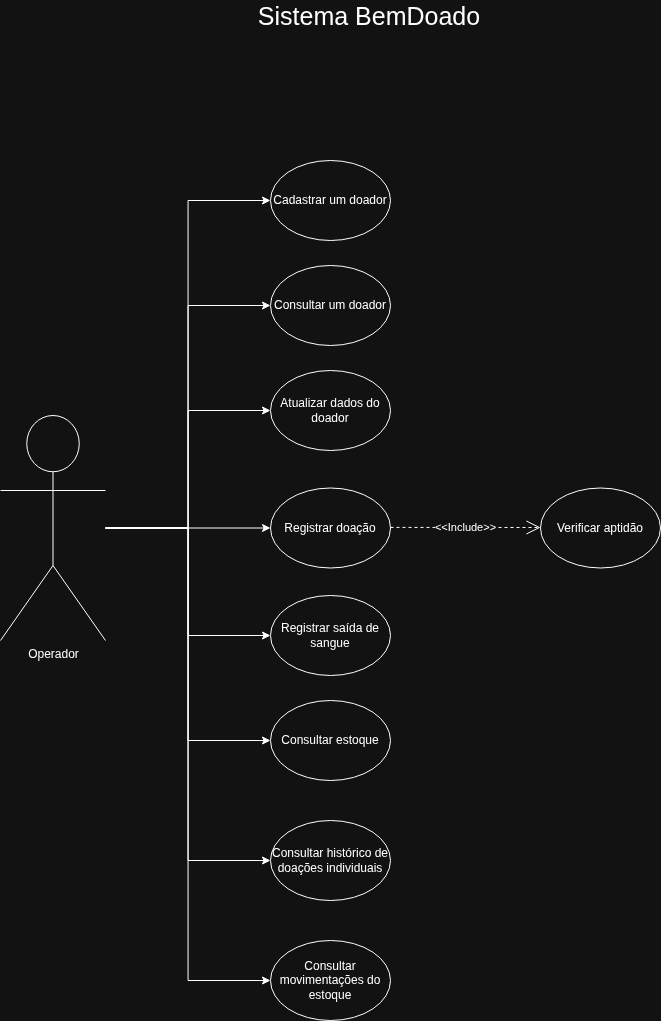
Before: docs/cdu_bemdoado.png, a diagram exported from draw.io (msiqueiras/BemDoado). Source tidied: cells renumbered, new cells last; positions are measured from the earlier drawing's top-left corner, leaving out a move shared by most shapes. Source of this version:
```xml
<mxGraphModel>
  <root>
    <mxCell id="0" />
    <mxCell id="1" parent="0" />
    <mxCell id="2" value="Sistema BemDoado" style="text;html=1;whiteSpace=wrap;strokeColor=none;fillColor=none;align=center;verticalAlign=middle;rounded=0;fontSize=25;" parent="1" vertex="1">
      <mxGeometry x="244" width="250" height="30" as="geometry" />
    </mxCell>
    <mxCell id="3" style="edgeStyle=orthogonalEdgeStyle;rounded=0;jettySize=auto;html=1;entryX=0;entryY=0.5;entryDx=0;entryDy=0;" parent="1" edge="1" source="9" target="10">
      <mxGeometry relative="1" as="geometry" />
    </mxCell>
    <mxCell id="4" style="edgeStyle=orthogonalEdgeStyle;rounded=0;jettySize=auto;html=1;entryX=0;entryY=0.5;entryDx=0;entryDy=0;" parent="1" edge="1" source="9" target="11">
      <mxGeometry relative="1" as="geometry" />
    </mxCell>
    <mxCell id="5" style="edgeStyle=orthogonalEdgeStyle;rounded=0;jettySize=auto;html=1;entryX=0;entryY=0.5;entryDx=0;entryDy=0;" parent="1" edge="1" source="9" target="16">
      <mxGeometry relative="1" as="geometry" />
    </mxCell>
    <mxCell id="6" style="edgeStyle=orthogonalEdgeStyle;rounded=0;jettySize=auto;html=1;entryX=0;entryY=0.5;entryDx=0;entryDy=0;" parent="1" edge="1" source="9" target="17">
      <mxGeometry relative="1" as="geometry" />
    </mxCell>
    <mxCell id="7" style="edgeStyle=orthogonalEdgeStyle;rounded=0;jettySize=auto;html=1;entryX=0;entryY=0.5;entryDx=0;entryDy=0;" parent="1" edge="1" source="9" target="18">
      <mxGeometry relative="1" as="geometry" />
    </mxCell>
    <mxCell id="8" style="edgeStyle=orthogonalEdgeStyle;rounded=0;jettySize=auto;html=1;entryX=0;entryY=0.5;entryDx=0;entryDy=0;" parent="1" edge="1" source="9" target="19">
      <mxGeometry relative="1" as="geometry" />
    </mxCell>
    <mxCell id="9" value="Operador&lt;div&gt;&lt;br&gt;&lt;/div&gt;" style="shape=umlActor;verticalLabelPosition=bottom;verticalAlign=top;html=1;" parent="1" vertex="1">
      <mxGeometry y="415" width="105" height="225" as="geometry" />
    </mxCell>
    <mxCell id="10" value="Cadastrar um doador" style="ellipse;whiteSpace=wrap;html=1;" parent="1" vertex="1">
      <mxGeometry x="270" y="160" width="120" height="80" as="geometry" />
    </mxCell>
    <mxCell id="11" value="Consultar um doador" style="ellipse;whiteSpace=wrap;html=1;" parent="1" vertex="1">
      <mxGeometry x="270" y="265" width="120" height="80" as="geometry" />
    </mxCell>
    <mxCell id="12" value="Atualizar dados do doador" style="ellipse;whiteSpace=wrap;html=1;" parent="1" vertex="1">
      <mxGeometry x="270" y="370" width="120" height="80" as="geometry" />
    </mxCell>
    <mxCell id="13" style="edgeStyle=orthogonalEdgeStyle;rounded=0;jettySize=auto;html=1;entryX=0;entryY=0.5;entryDx=0;entryDy=0;" parent="1" edge="1" source="9" target="12">
      <mxGeometry relative="1" as="geometry" />
    </mxCell>
    <mxCell id="14" value="Registrar doação" style="ellipse;whiteSpace=wrap;html=1;" parent="1" vertex="1">
      <mxGeometry x="270" y="487.5" width="120" height="80" as="geometry" />
    </mxCell>
    <mxCell id="15" style="edgeStyle=orthogonalEdgeStyle;rounded=0;jettySize=auto;html=1;entryX=0;entryY=0.5;entryDx=0;entryDy=0;" parent="1" edge="1" source="9" target="14">
      <mxGeometry relative="1" as="geometry" />
    </mxCell>
    <mxCell id="16" value="Registrar saída de sangue" style="ellipse;whiteSpace=wrap;html=1;" parent="1" vertex="1">
      <mxGeometry x="270" y="595" width="120" height="80" as="geometry" />
    </mxCell>
    <mxCell id="17" value="Consultar estoque" style="ellipse;whiteSpace=wrap;html=1;" parent="1" vertex="1">
      <mxGeometry x="270" y="700" width="120" height="80" as="geometry" />
    </mxCell>
    <mxCell id="18" value="Consultar histórico de doações individuais" style="ellipse;whiteSpace=wrap;html=1;" parent="1" vertex="1">
      <mxGeometry x="270" y="820" width="120" height="80" as="geometry" />
    </mxCell>
    <mxCell id="19" value="Consultar movimentações do estoque" style="ellipse;whiteSpace=wrap;html=1;" parent="1" vertex="1">
      <mxGeometry x="270" y="940" width="120" height="80" as="geometry" />
    </mxCell>
    <mxCell id="20" value="Verificar aptidão" style="ellipse;whiteSpace=wrap;html=1;" parent="1" vertex="1">
      <mxGeometry x="540" y="487.5" width="120" height="80" as="geometry" />
    </mxCell>
    <mxCell id="21" value="&amp;lt;&amp;lt;Include&amp;gt;&amp;gt;" style="endArrow=open;endSize=12;dashed=1;html=1;rounded=0;" parent="1" edge="1">
      <mxGeometry relative="1" as="geometry">
        <mxPoint x="390" y="526.9" as="sourcePoint" />
        <mxPoint x="540" y="527" as="targetPoint" />
      </mxGeometry>
    </mxCell>
  </root>
</mxGraphModel>
```
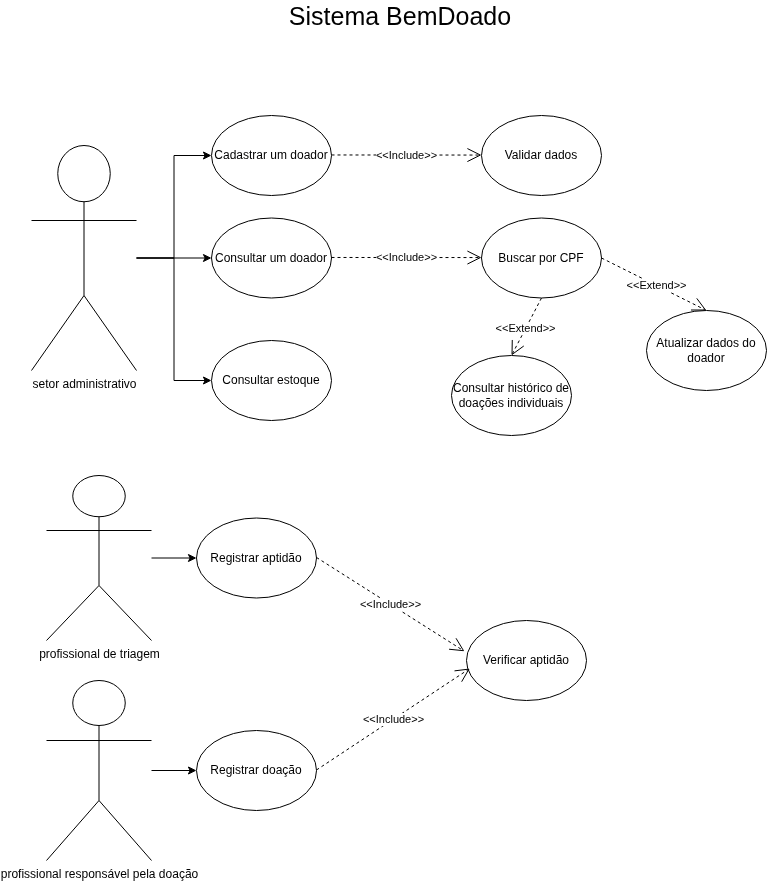
After the commit.

Commit message:
docs: atualizações da documentação oficial e dos diagramas de dcu e de classes

The edit, as a diff of the source:
```diff
@@ -11,59 +11,81 @@
     <mxCell id="4" style="edgeStyle=orthogonalEdgeStyle;rounded=0;jettySize=auto;html=1;entryX=0;entryY=0.5;entryDx=0;entryDy=0;" parent="1" edge="1" source="9" target="11">
       <mxGeometry relative="1" as="geometry" />
     </mxCell>
-    <mxCell id="5" style="edgeStyle=orthogonalEdgeStyle;rounded=0;jettySize=auto;html=1;entryX=0;entryY=0.5;entryDx=0;entryDy=0;" parent="1" edge="1" source="9" target="16">
-      <mxGeometry relative="1" as="geometry" />
-    </mxCell>
     <mxCell id="6" style="edgeStyle=orthogonalEdgeStyle;rounded=0;jettySize=auto;html=1;entryX=0;entryY=0.5;entryDx=0;entryDy=0;" parent="1" edge="1" source="9" target="17">
       <mxGeometry relative="1" as="geometry" />
     </mxCell>
-    <mxCell id="7" style="edgeStyle=orthogonalEdgeStyle;rounded=0;jettySize=auto;html=1;entryX=0;entryY=0.5;entryDx=0;entryDy=0;" parent="1" edge="1" source="9" target="18">
-      <mxGeometry relative="1" as="geometry" />
-    </mxCell>
-    <mxCell id="8" style="edgeStyle=orthogonalEdgeStyle;rounded=0;jettySize=auto;html=1;entryX=0;entryY=0.5;entryDx=0;entryDy=0;" parent="1" edge="1" source="9" target="19">
-      <mxGeometry relative="1" as="geometry" />
-    </mxCell>
-    <mxCell id="9" value="Operador&lt;div&gt;&lt;br&gt;&lt;/div&gt;" style="shape=umlActor;verticalLabelPosition=bottom;verticalAlign=top;html=1;" parent="1" vertex="1">
-      <mxGeometry y="415" width="105" height="225" as="geometry" />
+    <mxCell id="9" value="setor administrativo" style="shape=umlActor;verticalLabelPosition=bottom;verticalAlign=top;html=1;" parent="1" vertex="1">
+      <mxGeometry y="145" width="105" height="225" as="geometry" />
     </mxCell>
     <mxCell id="10" value="Cadastrar um doador" style="ellipse;whiteSpace=wrap;html=1;" parent="1" vertex="1">
-      <mxGeometry x="270" y="160" width="120" height="80" as="geometry" />
+      <mxGeometry x="180" y="115" width="120" height="80" as="geometry" />
     </mxCell>
     <mxCell id="11" value="Consultar um doador" style="ellipse;whiteSpace=wrap;html=1;" parent="1" vertex="1">
-      <mxGeometry x="270" y="265" width="120" height="80" as="geometry" />
+      <mxGeometry x="180" y="217.5" width="120" height="80" as="geometry" />
     </mxCell>
     <mxCell id="12" value="Atualizar dados do doador" style="ellipse;whiteSpace=wrap;html=1;" parent="1" vertex="1">
-      <mxGeometry x="270" y="370" width="120" height="80" as="geometry" />
+      <mxGeometry x="615" y="310" width="120" height="80" as="geometry" />
     </mxCell>
-    <mxCell id="13" style="edgeStyle=orthogonalEdgeStyle;rounded=0;jettySize=auto;html=1;entryX=0;entryY=0.5;entryDx=0;entryDy=0;" parent="1" edge="1" source="9" target="12">
-      <mxGeometry relative="1" as="geometry" />
-    </mxCell>
     <mxCell id="14" value="Registrar doação" style="ellipse;whiteSpace=wrap;html=1;" parent="1" vertex="1">
-      <mxGeometry x="270" y="487.5" width="120" height="80" as="geometry" />
+      <mxGeometry x="165" y="730" width="120" height="80" as="geometry" />
     </mxCell>
-    <mxCell id="15" style="edgeStyle=orthogonalEdgeStyle;rounded=0;jettySize=auto;html=1;entryX=0;entryY=0.5;entryDx=0;entryDy=0;" parent="1" edge="1" source="9" target="14">
-      <mxGeometry relative="1" as="geometry" />
-    </mxCell>
-    <mxCell id="16" value="Registrar saída de sangue" style="ellipse;whiteSpace=wrap;html=1;" parent="1" vertex="1">
-      <mxGeometry x="270" y="595" width="120" height="80" as="geometry" />
-    </mxCell>
     <mxCell id="17" value="Consultar estoque" style="ellipse;whiteSpace=wrap;html=1;" parent="1" vertex="1">
-      <mxGeometry x="270" y="700" width="120" height="80" as="geometry" />
+      <mxGeometry x="180" y="340" width="120" height="80" as="geometry" />
     </mxCell>
     <mxCell id="18" value="Consultar histórico de doações individuais" style="ellipse;whiteSpace=wrap;html=1;" parent="1" vertex="1">
-      <mxGeometry x="270" y="820" width="120" height="80" as="geometry" />
+      <mxGeometry x="420" y="355" width="120" height="80" as="geometry" />
     </mxCell>
-    <mxCell id="19" value="Consultar movimentações do estoque" style="ellipse;whiteSpace=wrap;html=1;" parent="1" vertex="1">
-      <mxGeometry x="270" y="940" width="120" height="80" as="geometry" />
-    </mxCell>
     <mxCell id="20" value="Verificar aptidão" style="ellipse;whiteSpace=wrap;html=1;" parent="1" vertex="1">
-      <mxGeometry x="540" y="487.5" width="120" height="80" as="geometry" />
+      <mxGeometry x="435" y="620" width="120" height="80" as="geometry" />
     </mxCell>
-    <mxCell id="21" value="&amp;lt;&amp;lt;Include&amp;gt;&amp;gt;" style="endArrow=open;endSize=12;dashed=1;html=1;rounded=0;" parent="1" edge="1">
+    <mxCell id="21" value="&amp;lt;&amp;lt;Include&amp;gt;&amp;gt;" style="endArrow=open;endSize=12;dashed=1;html=1;rounded=0;entryX=0.028;entryY=0.6;entryDx=0;entryDy=0;entryPerimeter=0;" parent="1" edge="1" target="20">
       <mxGeometry relative="1" as="geometry">
-        <mxPoint x="390" y="526.9" as="sourcePoint" />
-        <mxPoint x="540" y="527" as="targetPoint" />
+        <mxPoint x="285" y="769.5" as="sourcePoint" />
       </mxGeometry>
     </mxCell>
+    <mxCell id="22" value="&amp;lt;&amp;lt;Include&amp;gt;&amp;gt;" style="endArrow=open;endSize=12;dashed=1;html=1;rounded=0;" parent="1" edge="1">
+      <mxGeometry relative="1" as="geometry">
+        <mxPoint x="300" y="257" as="sourcePoint" />
+        <mxPoint x="450" y="257.1" as="targetPoint" />
+      </mxGeometry>
+    </mxCell>
+    <mxCell id="23" value="Buscar por CPF" style="ellipse;whiteSpace=wrap;html=1;" parent="1" vertex="1">
+      <mxGeometry x="450" y="217.5" width="120" height="80" as="geometry" />
+    </mxCell>
+    <mxCell id="24" style="edgeStyle=orthogonalEdgeStyle;rounded=0;jettySize=auto;html=1;entryX=0;entryY=0.5;entryDx=0;entryDy=0;" parent="1" edge="1" source="25" target="14">
+      <mxGeometry relative="1" as="geometry" />
+    </mxCell>
+    <mxCell id="25" value="profissional responsável pela doação" style="shape=umlActor;verticalLabelPosition=bottom;verticalAlign=top;html=1;" parent="1" vertex="1">
+      <mxGeometry x="15" y="680" width="105" height="180" as="geometry" />
+    </mxCell>
+    <mxCell id="26" value="&amp;lt;&amp;lt;Include&amp;gt;&amp;gt;" style="endArrow=open;endSize=12;dashed=1;html=1;rounded=0;" parent="1" edge="1">
+      <mxGeometry relative="1" as="geometry">
+        <mxPoint x="300" y="154.5" as="sourcePoint" />
+        <mxPoint x="450" y="154.6" as="targetPoint" />
+      </mxGeometry>
+    </mxCell>
+    <mxCell id="27" value="Validar dados" style="ellipse;whiteSpace=wrap;html=1;" parent="1" vertex="1">
+      <mxGeometry x="450" y="115" width="120" height="80" as="geometry" />
+    </mxCell>
+    <mxCell id="28" style="edgeStyle=orthogonalEdgeStyle;rounded=0;jettySize=auto;html=1;entryX=0;entryY=0.5;entryDx=0;entryDy=0;" parent="1" edge="1" source="29" target="30">
+      <mxGeometry relative="1" as="geometry" />
+    </mxCell>
+    <mxCell id="29" value="profissional de triagem" style="shape=umlActor;verticalLabelPosition=bottom;verticalAlign=top;html=1;" parent="1" vertex="1">
+      <mxGeometry x="15" y="475" width="105" height="165" as="geometry" />
+    </mxCell>
+    <mxCell id="30" value="Registrar aptidão" style="ellipse;whiteSpace=wrap;html=1;" parent="1" vertex="1">
+      <mxGeometry x="165" y="517.5" width="120" height="80" as="geometry" />
+    </mxCell>
+    <mxCell id="31" value="&amp;lt;&amp;lt;Include&amp;gt;&amp;gt;" style="endArrow=open;endSize=12;dashed=1;html=1;rounded=0;entryX=-0.017;entryY=0.385;entryDx=0;entryDy=0;entryPerimeter=0;" parent="1" edge="1" target="20">
+      <mxGeometry relative="1" as="geometry">
+        <mxPoint x="285" y="557" as="sourcePoint" />
+      </mxGeometry>
+    </mxCell>
+    <mxCell id="32" value="&amp;lt;&amp;lt;Extend&amp;gt;&amp;gt;" style="endArrow=open;endSize=12;dashed=1;html=1;rounded=0;exitX=1;exitY=0.5;exitDx=0;exitDy=0;entryX=0.5;entryY=0;entryDx=0;entryDy=0;" parent="1" edge="1" source="23" target="12">
+      <mxGeometry x="0.04" relative="1" as="geometry" />
+    </mxCell>
+    <mxCell id="33" value="&amp;lt;&amp;lt;Extend&amp;gt;&amp;gt;" style="endArrow=open;endSize=12;dashed=1;html=1;rounded=0;exitX=0.5;exitY=1;exitDx=0;exitDy=0;entryX=0.5;entryY=0;entryDx=0;entryDy=0;" parent="1" edge="1" source="23" target="18">
+      <mxGeometry x="0.04" relative="1" as="geometry" />
+    </mxCell>
   </root>
 </mxGraphModel>
```
